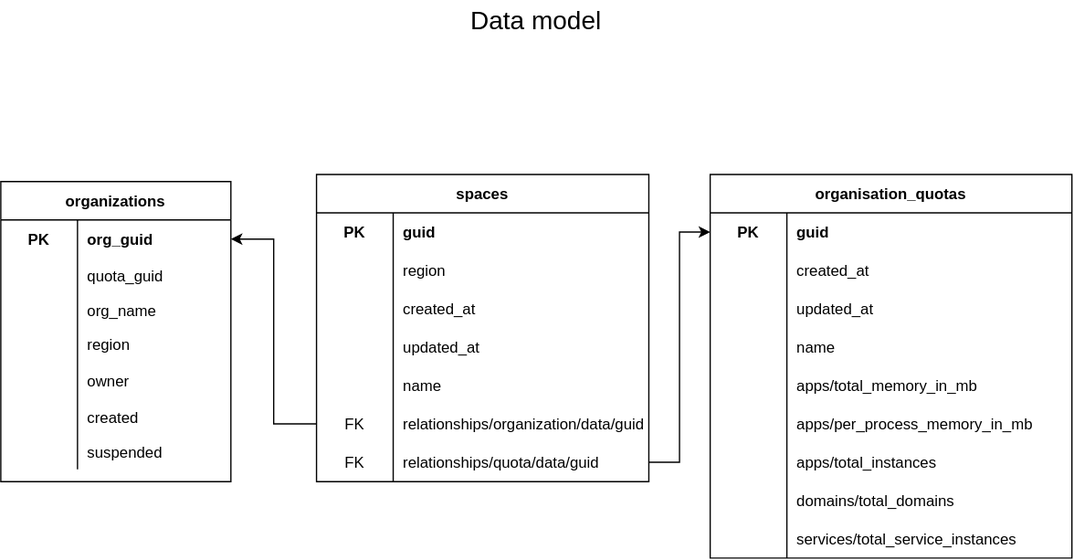
Before: docs/datamodel.svg, a diagram exported from draw.io (alphagov/paas-steampipe-dashboard). Source tidied: cells renumbered, new cells last; positions are measured from the earlier drawing's top-left corner, leaving out a move shared by most shapes.
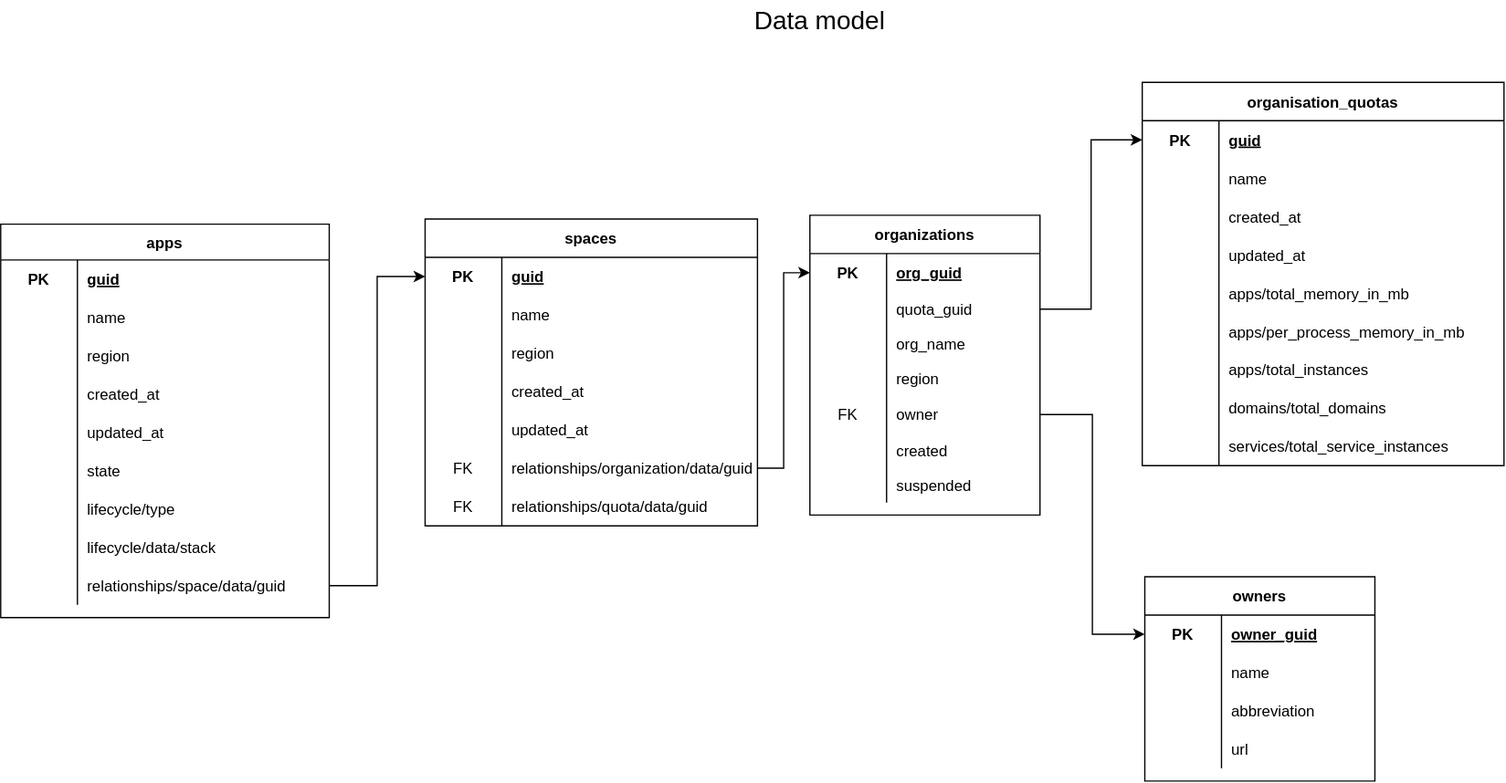
Later version of the same file.

Commit message:
refresh diagram

Diff of the diagram source:
```diff
@@ -5,3 +5,3 @@
     <mxCell id="2" value="organizations" style="shape=table;startSize=30;rowLines=0;fontStyle=1;align=center;" parent="1" vertex="1">
-      <mxGeometry y="141.5" width="180" height="234.8" as="geometry" />
+      <mxGeometry x="518" y="188" width="180" height="234.8" as="geometry" />
     </mxCell>
@@ -13,3 +13,3 @@
     </mxCell>
-    <mxCell id="5" value="org_guid" style="shape=partialRectangle;fillColor=none;top=0;left=0;bottom=0;right=0;align=left;spacingLeft=6;fontStyle=1;overflow=hidden;" parent="3" vertex="1">
+    <mxCell id="5" value="org_guid" style="shape=partialRectangle;fillColor=none;top=0;left=0;bottom=0;right=0;align=left;spacingLeft=6;fontStyle=5;overflow=hidden;" parent="3" vertex="1">
       <mxGeometry x="60" width="120" height="30" as="geometry" />
@@ -46,3 +46,3 @@
     </mxCell>
-    <mxCell id="16" style="shape=partialRectangle;fillColor=none;top=0;left=0;bottom=0;right=0;overflow=hidden;" parent="15" vertex="1">
+    <mxCell id="16" value="FK" style="shape=partialRectangle;fillColor=none;top=0;left=0;bottom=0;right=0;overflow=hidden;" parent="15" vertex="1">
       <mxGeometry width="60" height="30" as="geometry" />
@@ -71,3 +71,3 @@
     <mxCell id="24" value="spaces" style="shape=table;startSize=30;rowLines=0;fontStyle=1;align=center;" parent="1" vertex="1">
-      <mxGeometry x="247" y="136" width="260" height="240.2" as="geometry" />
+      <mxGeometry x="217" y="191" width="260" height="240.2" as="geometry" />
     </mxCell>
@@ -79,7 +79,16 @@
     </mxCell>
-    <mxCell id="27" value="guid" style="shape=partialRectangle;fillColor=none;top=0;left=0;bottom=0;right=0;align=left;spacingLeft=6;fontStyle=1;overflow=hidden;" parent="25" vertex="1">
+    <mxCell id="27" value="guid" style="shape=partialRectangle;fillColor=none;top=0;left=0;bottom=0;right=0;align=left;spacingLeft=6;fontStyle=5;overflow=hidden;" parent="25" vertex="1">
       <mxGeometry x="60" width="200" height="30" as="geometry" />
     </mxCell>
+    <mxCell id="37" style="shape=tableRow;horizontal=0;startSize=0;swimlaneHead=0;swimlaneBody=0;fillColor=none;top=0;left=0;right=0;bottom=0;" parent="24" vertex="1">
+      <mxGeometry y="60" width="260" height="30" as="geometry" />
+    </mxCell>
+    <mxCell id="38" style="shape=partialRectangle;fillColor=none;top=0;left=0;bottom=0;right=0;overflow=hidden;" parent="37" vertex="1">
+      <mxGeometry width="60" height="30" as="geometry" />
+    </mxCell>
+    <mxCell id="39" value="name" style="shape=partialRectangle;fillColor=none;top=0;left=0;bottom=0;right=0;align=left;spacingLeft=6;overflow=hidden;" parent="37" vertex="1">
+      <mxGeometry x="60" width="200" height="30" as="geometry" />
+    </mxCell>
     <mxCell id="28" style="shape=tableRow;horizontal=0;startSize=0;swimlaneHead=0;swimlaneBody=0;fillColor=none;top=0;left=0;right=0;bottom=0;" parent="24" vertex="1">
-      <mxGeometry y="60" width="260" height="30" as="geometry" />
+      <mxGeometry y="90" width="260" height="30" as="geometry" />
     </mxCell>
@@ -92,3 +101,3 @@
     <mxCell id="31" style="shape=tableRow;horizontal=0;startSize=0;swimlaneHead=0;swimlaneBody=0;fillColor=none;top=0;left=0;right=0;bottom=0;" parent="24" vertex="1">
-      <mxGeometry y="90" width="260" height="30" as="geometry" />
+      <mxGeometry y="120" width="260" height="30" as="geometry" />
     </mxCell>
@@ -101,3 +110,3 @@
     <mxCell id="34" style="shape=tableRow;horizontal=0;startSize=0;swimlaneHead=0;swimlaneBody=0;fillColor=none;top=0;left=0;right=0;bottom=0;" parent="24" vertex="1">
-      <mxGeometry y="120" width="260" height="30" as="geometry" />
+      <mxGeometry y="150" width="260" height="30" as="geometry" />
     </mxCell>
@@ -109,11 +118,2 @@
     </mxCell>
-    <mxCell id="37" style="shape=tableRow;horizontal=0;startSize=0;swimlaneHead=0;swimlaneBody=0;fillColor=none;top=0;left=0;right=0;bottom=0;" parent="24" vertex="1">
-      <mxGeometry y="150" width="260" height="30" as="geometry" />
-    </mxCell>
-    <mxCell id="38" style="shape=partialRectangle;fillColor=none;top=0;left=0;bottom=0;right=0;overflow=hidden;" parent="37" vertex="1">
-      <mxGeometry width="60" height="30" as="geometry" />
-    </mxCell>
-    <mxCell id="39" value="name" style="shape=partialRectangle;fillColor=none;top=0;left=0;bottom=0;right=0;align=left;spacingLeft=6;overflow=hidden;" parent="37" vertex="1">
-      <mxGeometry x="60" width="200" height="30" as="geometry" />
-    </mxCell>
     <mxCell id="40" style="shape=tableRow;horizontal=0;startSize=0;swimlaneHead=0;swimlaneBody=0;fillColor=none;points=[[0,0.5],[1,0.5]];portConstraint=eastwest;top=0;left=0;right=0;bottom=0;" parent="24" vertex="1">
@@ -140,6 +140,6 @@
     <mxCell id="47" value="&lt;font style=&quot;font-size: 20px;&quot;&gt;Data model&lt;/font&gt;" style="text;html=1;strokeColor=none;fillColor=none;align=center;verticalAlign=middle;whiteSpace=wrap;rounded=0;" parent="1" vertex="1">
-      <mxGeometry x="321" width="196" height="30" as="geometry" />
+      <mxGeometry x="428" y="20" width="196" height="30" as="geometry" />
     </mxCell>
     <mxCell id="48" value="organisation_quotas" style="shape=table;startSize=30;rowLines=0;fontStyle=1;align=center;fontSize=12;" parent="1" vertex="1">
-      <mxGeometry x="555" y="136" width="283" height="300" as="geometry" />
+      <mxGeometry x="778" y="84" width="283" height="300" as="geometry" />
     </mxCell>
@@ -151,7 +151,16 @@
     </mxCell>
-    <mxCell id="51" value="guid" style="shape=partialRectangle;fillColor=none;top=0;left=0;bottom=0;right=0;align=left;spacingLeft=6;fontStyle=1;overflow=hidden;fontSize=12;" parent="49" vertex="1">
+    <mxCell id="51" value="guid" style="shape=partialRectangle;fillColor=none;top=0;left=0;bottom=0;right=0;align=left;spacingLeft=6;fontStyle=5;overflow=hidden;fontSize=12;" parent="49" vertex="1">
       <mxGeometry x="60" width="223" height="30" as="geometry" />
     </mxCell>
+    <mxCell id="58" style="shape=tableRow;horizontal=0;startSize=0;swimlaneHead=0;swimlaneBody=0;fillColor=none;top=0;left=0;right=0;bottom=0;fontSize=12;" parent="48" vertex="1">
+      <mxGeometry y="60" width="283" height="30" as="geometry" />
+    </mxCell>
+    <mxCell id="59" style="shape=partialRectangle;fillColor=none;top=0;left=0;bottom=0;right=0;overflow=hidden;fontSize=12;" parent="58" vertex="1">
+      <mxGeometry width="60" height="30" as="geometry" />
+    </mxCell>
+    <mxCell id="60" value="name" style="shape=partialRectangle;fillColor=none;top=0;left=0;bottom=0;right=0;align=left;spacingLeft=6;overflow=hidden;fontSize=12;" parent="58" vertex="1">
+      <mxGeometry x="60" width="223" height="30" as="geometry" />
+    </mxCell>
     <mxCell id="52" style="shape=tableRow;horizontal=0;startSize=0;swimlaneHead=0;swimlaneBody=0;fillColor=none;top=0;left=0;right=0;bottom=0;fontSize=12;" parent="48" vertex="1">
-      <mxGeometry y="60" width="283" height="30" as="geometry" />
+      <mxGeometry y="90" width="283" height="30" as="geometry" />
     </mxCell>
@@ -164,3 +173,3 @@
     <mxCell id="55" style="shape=tableRow;horizontal=0;startSize=0;swimlaneHead=0;swimlaneBody=0;fillColor=none;top=0;left=0;right=0;bottom=0;fontSize=12;" parent="48" vertex="1">
-      <mxGeometry y="90" width="283" height="30" as="geometry" />
+      <mxGeometry y="120" width="283" height="30" as="geometry" />
     </mxCell>
@@ -172,11 +181,2 @@
     </mxCell>
-    <mxCell id="58" style="shape=tableRow;horizontal=0;startSize=0;swimlaneHead=0;swimlaneBody=0;fillColor=none;top=0;left=0;right=0;bottom=0;fontSize=12;" parent="48" vertex="1">
-      <mxGeometry y="120" width="283" height="30" as="geometry" />
-    </mxCell>
-    <mxCell id="59" style="shape=partialRectangle;fillColor=none;top=0;left=0;bottom=0;right=0;overflow=hidden;fontSize=12;" parent="58" vertex="1">
-      <mxGeometry width="60" height="30" as="geometry" />
-    </mxCell>
-    <mxCell id="60" value="name" style="shape=partialRectangle;fillColor=none;top=0;left=0;bottom=0;right=0;align=left;spacingLeft=6;overflow=hidden;fontSize=12;" parent="58" vertex="1">
-      <mxGeometry x="60" width="223" height="30" as="geometry" />
-    </mxCell>
     <mxCell id="61" style="shape=tableRow;horizontal=0;startSize=0;swimlaneHead=0;swimlaneBody=0;fillColor=none;top=0;left=0;right=0;bottom=0;fontSize=12;" parent="48" vertex="1">
@@ -226,5 +226,134 @@
     </mxCell>
-    <mxCell id="76" style="edgeStyle=orthogonalEdgeStyle;rounded=0;jettySize=auto;html=1;fontSize=12;" parent="1" edge="1" source="43" target="49">
-      <mxGeometry relative="1" as="geometry" />
-    </mxCell>
+    <mxCell id="77" value="apps" style="shape=table;startSize=28;rowLines=0;fontStyle=1;align=center;" parent="1" vertex="1">
+      <mxGeometry x="-115" y="195" width="257" height="308" as="geometry" />
+    </mxCell>
+    <mxCell id="78" style="shape=tableRow;horizontal=0;startSize=0;swimlaneHead=0;swimlaneBody=0;fillColor=none;top=0;left=0;right=0;bottom=0;" parent="77" vertex="1">
+      <mxGeometry y="28" width="257" height="30" as="geometry" />
+    </mxCell>
+    <mxCell id="79" value="PK" style="shape=partialRectangle;fillColor=none;top=0;left=0;bottom=0;right=0;fontStyle=1;overflow=hidden;" parent="78" vertex="1">
+      <mxGeometry width="60" height="30" as="geometry" />
+    </mxCell>
+    <mxCell id="80" value="guid" style="shape=partialRectangle;fillColor=none;top=0;left=0;bottom=0;right=0;align=left;spacingLeft=6;fontStyle=5;overflow=hidden;" parent="78" vertex="1">
+      <mxGeometry x="60" width="197" height="30" as="geometry" />
+    </mxCell>
+    <mxCell id="81" style="shape=tableRow;horizontal=0;startSize=0;swimlaneHead=0;swimlaneBody=0;fillColor=none;top=0;left=0;right=0;bottom=0;" parent="77" vertex="1">
+      <mxGeometry y="58" width="257" height="30" as="geometry" />
+    </mxCell>
+    <mxCell id="82" style="shape=partialRectangle;fillColor=none;top=0;left=0;bottom=0;right=0;overflow=hidden;" parent="81" vertex="1">
+      <mxGeometry width="60" height="30" as="geometry" />
+    </mxCell>
+    <mxCell id="83" value="name" style="shape=partialRectangle;fillColor=none;top=0;left=0;bottom=0;right=0;align=left;spacingLeft=6;overflow=hidden;" parent="81" vertex="1">
+      <mxGeometry x="60" width="197" height="30" as="geometry" />
+    </mxCell>
+    <mxCell id="84" style="shape=tableRow;horizontal=0;startSize=0;swimlaneHead=0;swimlaneBody=0;fillColor=none;top=0;left=0;right=0;bottom=0;" parent="77" vertex="1">
+      <mxGeometry y="88" width="257" height="30" as="geometry" />
+    </mxCell>
+    <mxCell id="85" style="shape=partialRectangle;fillColor=none;top=0;left=0;bottom=0;right=0;overflow=hidden;" parent="84" vertex="1">
+      <mxGeometry width="60" height="30" as="geometry" />
+    </mxCell>
+    <mxCell id="86" value="region" style="shape=partialRectangle;fillColor=none;top=0;left=0;bottom=0;right=0;align=left;spacingLeft=6;overflow=hidden;" parent="84" vertex="1">
+      <mxGeometry x="60" width="197" height="30" as="geometry" />
+    </mxCell>
+    <mxCell id="87" style="shape=tableRow;horizontal=0;startSize=0;swimlaneHead=0;swimlaneBody=0;fillColor=none;top=0;left=0;right=0;bottom=0;" parent="77" vertex="1">
+      <mxGeometry y="118" width="257" height="30" as="geometry" />
+    </mxCell>
+    <mxCell id="88" style="shape=partialRectangle;fillColor=none;top=0;left=0;bottom=0;right=0;overflow=hidden;" parent="87" vertex="1">
+      <mxGeometry width="60" height="30" as="geometry" />
+    </mxCell>
+    <mxCell id="89" value="created_at" style="shape=partialRectangle;fillColor=none;top=0;left=0;bottom=0;right=0;align=left;spacingLeft=6;overflow=hidden;" parent="87" vertex="1">
+      <mxGeometry x="60" width="197" height="30" as="geometry" />
+    </mxCell>
+    <mxCell id="90" style="shape=tableRow;horizontal=0;startSize=0;swimlaneHead=0;swimlaneBody=0;fillColor=none;top=0;left=0;right=0;bottom=0;" parent="77" vertex="1">
+      <mxGeometry y="148" width="257" height="30" as="geometry" />
+    </mxCell>
+    <mxCell id="91" style="shape=partialRectangle;fillColor=none;top=0;left=0;bottom=0;right=0;overflow=hidden;" parent="90" vertex="1">
+      <mxGeometry width="60" height="30" as="geometry" />
+    </mxCell>
+    <mxCell id="92" value="updated_at" style="shape=partialRectangle;fillColor=none;top=0;left=0;bottom=0;right=0;align=left;spacingLeft=6;overflow=hidden;" parent="90" vertex="1">
+      <mxGeometry x="60" width="197" height="30" as="geometry" />
+    </mxCell>
+    <mxCell id="93" style="shape=tableRow;horizontal=0;startSize=0;swimlaneHead=0;swimlaneBody=0;fillColor=none;top=0;left=0;right=0;bottom=0;" parent="77" vertex="1">
+      <mxGeometry y="178" width="257" height="30" as="geometry" />
+    </mxCell>
+    <mxCell id="94" style="shape=partialRectangle;fillColor=none;top=0;left=0;bottom=0;right=0;overflow=hidden;" parent="93" vertex="1">
+      <mxGeometry width="60" height="30" as="geometry" />
+    </mxCell>
+    <mxCell id="95" value="state" style="shape=partialRectangle;fillColor=none;top=0;left=0;bottom=0;right=0;align=left;spacingLeft=6;overflow=hidden;" parent="93" vertex="1">
+      <mxGeometry x="60" width="197" height="30" as="geometry" />
+    </mxCell>
+    <mxCell id="96" style="shape=tableRow;horizontal=0;startSize=0;swimlaneHead=0;swimlaneBody=0;fillColor=none;top=0;left=0;right=0;bottom=0;" parent="77" vertex="1">
+      <mxGeometry y="208" width="257" height="30" as="geometry" />
+    </mxCell>
+    <mxCell id="97" style="shape=partialRectangle;fillColor=none;top=0;left=0;bottom=0;right=0;overflow=hidden;" parent="96" vertex="1">
+      <mxGeometry width="60" height="30" as="geometry" />
+    </mxCell>
+    <mxCell id="98" value="lifecycle/type" style="shape=partialRectangle;fillColor=none;top=0;left=0;bottom=0;right=0;align=left;spacingLeft=6;overflow=hidden;" parent="96" vertex="1">
+      <mxGeometry x="60" width="197" height="30" as="geometry" />
+    </mxCell>
+    <mxCell id="99" style="shape=tableRow;horizontal=0;startSize=0;swimlaneHead=0;swimlaneBody=0;fillColor=none;top=0;left=0;right=0;bottom=0;" parent="77" vertex="1">
+      <mxGeometry y="238" width="257" height="30" as="geometry" />
+    </mxCell>
+    <mxCell id="100" style="shape=partialRectangle;fillColor=none;top=0;left=0;bottom=0;right=0;overflow=hidden;" parent="99" vertex="1">
+      <mxGeometry width="60" height="30" as="geometry" />
+    </mxCell>
+    <mxCell id="101" value="lifecycle/data/stack" style="shape=partialRectangle;fillColor=none;top=0;left=0;bottom=0;right=0;align=left;spacingLeft=6;overflow=hidden;" parent="99" vertex="1">
+      <mxGeometry x="60" width="197" height="30" as="geometry" />
+    </mxCell>
+    <mxCell id="102" style="shape=tableRow;horizontal=0;startSize=0;swimlaneHead=0;swimlaneBody=0;fillColor=none;points=[[0,0.5],[1,0.5]];portConstraint=eastwest;top=0;left=0;right=0;bottom=0;" parent="77" vertex="1">
+      <mxGeometry y="268" width="257" height="30" as="geometry" />
+    </mxCell>
+    <mxCell id="103" style="shape=partialRectangle;fillColor=none;top=0;left=0;bottom=0;right=0;overflow=hidden;" parent="102" vertex="1">
+      <mxGeometry width="60" height="30" as="geometry" />
+    </mxCell>
+    <mxCell id="104" value="relationships/space/data/guid" style="shape=partialRectangle;fillColor=none;top=0;left=0;bottom=0;right=0;align=left;spacingLeft=6;overflow=hidden;" parent="102" vertex="1">
+      <mxGeometry x="60" width="197" height="30" as="geometry" />
+    </mxCell>
+    <mxCell id="105" style="edgeStyle=orthogonalEdgeStyle;rounded=0;jettySize=auto;html=1;entryX=0;entryY=0.5;entryDx=0;entryDy=0;" parent="1" edge="1" source="6" target="49">
+      <mxGeometry relative="1" as="geometry" />
+    </mxCell>
+    <mxCell id="106" style="edgeStyle=orthogonalEdgeStyle;rounded=0;jettySize=auto;html=1;entryX=0;entryY=0.5;entryDx=0;entryDy=0;" parent="1" edge="1" source="102" target="25">
+      <mxGeometry relative="1" as="geometry" />
+    </mxCell>
+    <mxCell id="107" value="owners" style="shape=table;startSize=30;rowLines=0;fontStyle=1;align=center;" parent="1" vertex="1">
+      <mxGeometry x="780" y="471" width="180" height="160" as="geometry" />
+    </mxCell>
+    <mxCell id="108" style="shape=tableRow;horizontal=0;startSize=0;swimlaneHead=0;swimlaneBody=0;fillColor=none;points=[[0,0.5],[1,0.5]];portConstraint=eastwest;top=0;left=0;right=0;bottom=0;" parent="107" vertex="1">
+      <mxGeometry y="30" width="180" height="30" as="geometry" />
+    </mxCell>
+    <mxCell id="109" value="PK" style="shape=partialRectangle;fillColor=none;top=0;left=0;bottom=0;right=0;fontStyle=1;overflow=hidden;" parent="108" vertex="1">
+      <mxGeometry width="60" height="30" as="geometry" />
+    </mxCell>
+    <mxCell id="110" value="owner_guid" style="shape=partialRectangle;fillColor=none;top=0;left=0;bottom=0;right=0;align=left;spacingLeft=6;fontStyle=5;overflow=hidden;" parent="108" vertex="1">
+      <mxGeometry x="60" width="120" height="30" as="geometry" />
+    </mxCell>
+    <mxCell id="111" style="shape=tableRow;horizontal=0;startSize=0;swimlaneHead=0;swimlaneBody=0;fillColor=none;top=0;left=0;right=0;bottom=0;" parent="107" vertex="1">
+      <mxGeometry y="60" width="180" height="30" as="geometry" />
+    </mxCell>
+    <mxCell id="112" style="shape=partialRectangle;fillColor=none;top=0;left=0;bottom=0;right=0;overflow=hidden;" parent="111" vertex="1">
+      <mxGeometry width="60" height="30" as="geometry" />
+    </mxCell>
+    <mxCell id="113" value="name" style="shape=partialRectangle;fillColor=none;top=0;left=0;bottom=0;right=0;align=left;spacingLeft=6;overflow=hidden;" parent="111" vertex="1">
+      <mxGeometry x="60" width="120" height="30" as="geometry" />
+    </mxCell>
+    <mxCell id="114" style="shape=tableRow;horizontal=0;startSize=0;swimlaneHead=0;swimlaneBody=0;fillColor=none;top=0;left=0;right=0;bottom=0;" parent="107" vertex="1">
+      <mxGeometry y="90" width="180" height="30" as="geometry" />
+    </mxCell>
+    <mxCell id="115" style="shape=partialRectangle;fillColor=none;top=0;left=0;bottom=0;right=0;overflow=hidden;" parent="114" vertex="1">
+      <mxGeometry width="60" height="30" as="geometry" />
+    </mxCell>
+    <mxCell id="116" value="abbreviation" style="shape=partialRectangle;fillColor=none;top=0;left=0;bottom=0;right=0;align=left;spacingLeft=6;overflow=hidden;" parent="114" vertex="1">
+      <mxGeometry x="60" width="120" height="30" as="geometry" />
+    </mxCell>
+    <mxCell id="117" style="shape=tableRow;horizontal=0;startSize=0;swimlaneHead=0;swimlaneBody=0;fillColor=none;top=0;left=0;right=0;bottom=0;" parent="107" vertex="1">
+      <mxGeometry y="120" width="180" height="30" as="geometry" />
+    </mxCell>
+    <mxCell id="118" style="shape=partialRectangle;fillColor=none;top=0;left=0;bottom=0;right=0;overflow=hidden;" parent="117" vertex="1">
+      <mxGeometry width="60" height="30" as="geometry" />
+    </mxCell>
+    <mxCell id="119" value="url" style="shape=partialRectangle;fillColor=none;top=0;left=0;bottom=0;right=0;align=left;spacingLeft=6;overflow=hidden;" parent="117" vertex="1">
+      <mxGeometry x="60" width="120" height="30" as="geometry" />
+    </mxCell>
+    <mxCell id="120" style="edgeStyle=orthogonalEdgeStyle;rounded=0;jettySize=auto;html=1;" parent="1" edge="1" source="15" target="108">
+      <mxGeometry relative="1" as="geometry" />
+    </mxCell>
   </root>
```
